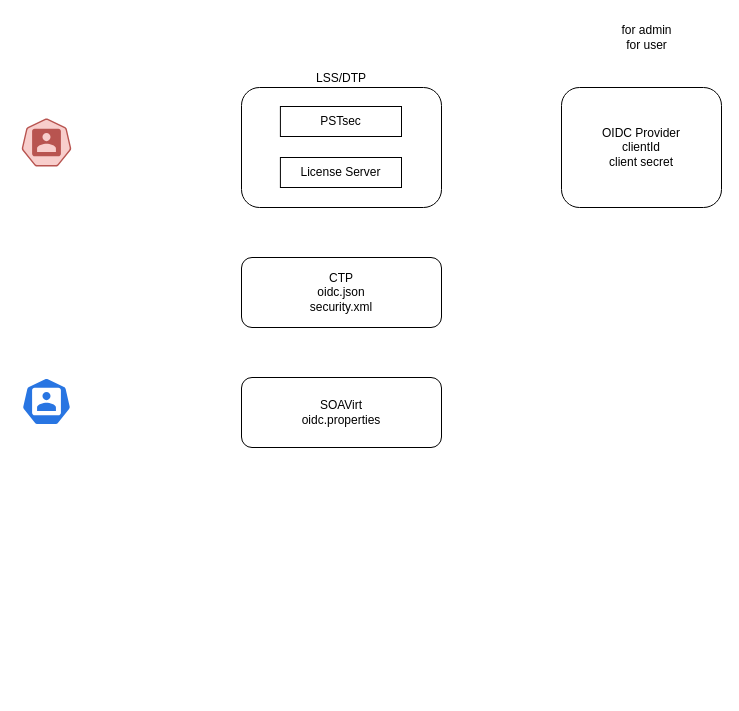
gtrofimov/draw-io-projects keeps this draw.io diagram as oidc.drawio. Above is the earlier version. Source tidied: cells renumbered, new cells numbered last; positions are measured from the earlier drawing's top-left corner, leaving out a move shared by most shapes. Both pictures are drawn from the tidied source at 100%, with x=0, y=0 at pixel (21, 17).
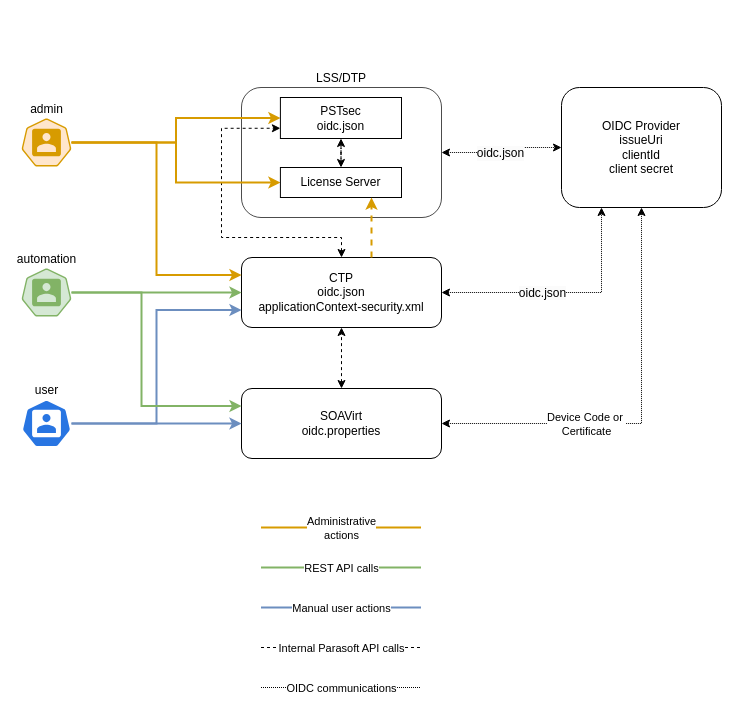
The same diagram, later.

Diff of the diagram source:
```diff
@@
+    <mxCell id="8" value="LSS/DTP" style="rounded=1;whiteSpace=wrap;html=1;labelPosition=center;verticalLabelPosition=top;align=center;verticalAlign=bottom;opacity=70;" parent="1" vertex="1">
+      <mxGeometry x="220" y="70" width="200" height="130" as="geometry" />
+    </mxCell>
+    <mxCell id="11" style="edgeStyle=orthogonalEdgeStyle;rounded=0;jettySize=auto;html=1;entryX=0;entryY=0.75;entryDx=0;entryDy=0;startArrow=classic;startFill=1;dashed=1;" parent="1" edge="1" source="2" target="10">
+      <mxGeometry relative="1" as="geometry">
+        <Array as="points">
+          <mxPoint x="320" y="220" />
+          <mxPoint x="200" y="220" />
+          <mxPoint x="200" y="111" />
+        </Array>
+      </mxGeometry>
+    </mxCell>
+    <mxCell id="12" style="edgeStyle=orthogonalEdgeStyle;rounded=0;jettySize=auto;html=1;entryX=0.25;entryY=1;entryDx=0;entryDy=0;dashed=1;dashPattern=1 1;startArrow=classic;startFill=1;" parent="1" edge="1" source="2" target="4">
+      <mxGeometry relative="1" as="geometry" />
+    </mxCell>
+    <mxCell id="13" value="&lt;span style=&quot;font-size: 12px; text-wrap: wrap; background-color: rgb(251, 251, 251);&quot;&gt;oidc.json&lt;/span&gt;" style="edgeLabel;html=1;align=center;verticalAlign=middle;" parent="12" vertex="1">
+      <mxGeometry x="-0.18" relative="1" as="geometry" />
+    </mxCell>
-    <mxCell id="2" value="CTP&lt;div&gt;&lt;div&gt;oidc.json&lt;/div&gt;&lt;div&gt;security.xml&lt;/div&gt;&lt;/div&gt;" style="rounded=1;whiteSpace=wrap;html=1;" parent="1" vertex="1">
+    <mxCell id="2" value="CTP&lt;div&gt;&lt;div&gt;oidc.json&lt;/div&gt;&lt;div&gt;applicationContext-security.xml&lt;/div&gt;&lt;/div&gt;" style="rounded=1;whiteSpace=wrap;html=1;" parent="1" vertex="1">
       <mxGeometry x="220" y="240" width="200" height="70" as="geometry" />
     </mxCell>
+    <mxCell id="14" style="edgeStyle=orthogonalEdgeStyle;rounded=0;jettySize=auto;html=1;entryX=0.5;entryY=1;entryDx=0;entryDy=0;dashed=1;dashPattern=1 1;startArrow=classic;startFill=1;" parent="1" edge="1" source="3" target="4">
+      <mxGeometry relative="1" as="geometry" />
+    </mxCell>
+    <mxCell id="15" value="Device Code or&amp;nbsp;&lt;div&gt;Certificate&lt;/div&gt;" style="edgeLabel;html=1;align=center;verticalAlign=middle;" parent="14" vertex="1">
+      <mxGeometry x="-0.24" y="-2" relative="1" as="geometry">
+        <mxPoint x="-14" y="-2" as="offset" />
+      </mxGeometry>
+    </mxCell>
+    <mxCell id="16" style="edgeStyle=orthogonalEdgeStyle;rounded=0;jettySize=auto;html=1;entryX=0.5;entryY=1;entryDx=0;entryDy=0;startArrow=classic;startFill=1;dashed=1;" parent="1" edge="1" source="3" target="2">
+      <mxGeometry relative="1" as="geometry" />
+    </mxCell>
     <mxCell id="3" value="SOAVirt&lt;div&gt;oidc.properties&lt;/div&gt;" style="rounded=1;whiteSpace=wrap;html=1;" parent="1" vertex="1">
-      <mxGeometry x="220" y="360" width="200" height="70" as="geometry" />
+      <mxGeometry x="220" y="371" width="200" height="70" as="geometry" />
     </mxCell>
-    <mxCell id="4" value="OIDC Provider&lt;div&gt;clientId&lt;/div&gt;&lt;div&gt;client secret&lt;/div&gt;" style="rounded=1;whiteSpace=wrap;html=1;" parent="1" vertex="1">
+    <mxCell id="4" value="OIDC Provider&lt;div&gt;issueUri&lt;br&gt;&lt;div&gt;clientId&lt;/div&gt;&lt;div&gt;client secret&lt;/div&gt;&lt;/div&gt;" style="rounded=1;whiteSpace=wrap;html=1;" parent="1" vertex="1">
       <mxGeometry x="540" y="70" width="160" height="120" as="geometry" />
     </mxCell>
+    <mxCell id="17" style="edgeStyle=orthogonalEdgeStyle;rounded=0;jettySize=auto;html=1;entryX=0;entryY=0.75;entryDx=0;entryDy=0;fillColor=#dae8fc;strokeColor=#6c8ebf;strokeWidth=2;" parent="1" edge="1" source="5" target="2">
+      <mxGeometry relative="1" as="geometry" />
+    </mxCell>
-    <mxCell id="5" style="sketch=0;html=1;dashed=0;whitespace=wrap;fillColor=#2875E2;strokeColor=#ffffff;points=[[0.005,0.63,0],[0.1,0.2,0],[0.9,0.2,0],[0.5,0,0],[0.995,0.63,0],[0.72,0.99,0],[0.5,1,0],[0.28,0.99,0]];shape=mxgraph.kubernetes.icon2;prIcon=user;" parent="1" vertex="1">
-      <mxGeometry y="360" width="50" height="48" as="geometry" />
+    <mxCell id="5" value="user" style="sketch=0;html=1;dashed=0;whitespace=wrap;fillColor=#2875E2;strokeColor=#ffffff;points=[[0.005,0.63,0],[0.1,0.2,0],[0.9,0.2,0],[0.5,0,0],[0.995,0.63,0],[0.72,0.99,0],[0.5,1,0],[0.28,0.99,0]];shape=mxgraph.kubernetes.icon2;prIcon=user;labelPosition=center;verticalLabelPosition=top;align=center;verticalAlign=bottom;" parent="1" vertex="1">
+      <mxGeometry y="382" width="50" height="48" as="geometry" />
     </mxCell>
-    <mxCell id="6" value="for admin&lt;div&gt;for user&lt;/div&gt;" style="text;html=1;align=center;verticalAlign=middle;strokeColor=none;fillColor=none;" parent="1" vertex="1">
-      <mxGeometry x="590" width="70" height="40" as="geometry" />
-    </mxCell>
+    <mxCell id="18" style="edgeStyle=orthogonalEdgeStyle;rounded=0;jettySize=auto;html=1;entryX=0;entryY=0.5;entryDx=0;entryDy=0;fillColor=#ffe6cc;strokeColor=#d79b00;strokeWidth=2;" parent="1" edge="1" source="7" target="10">
+      <mxGeometry relative="1" as="geometry" />
+    </mxCell>
+    <mxCell id="19" style="edgeStyle=orthogonalEdgeStyle;rounded=0;jettySize=auto;html=1;entryX=0;entryY=0.5;entryDx=0;entryDy=0;fillColor=#ffe6cc;strokeColor=#d79b00;strokeWidth=2;" parent="1" edge="1" source="7" target="9">
+      <mxGeometry relative="1" as="geometry" />
+    </mxCell>
+    <mxCell id="20" style="edgeStyle=orthogonalEdgeStyle;rounded=0;jettySize=auto;html=1;entryX=0;entryY=0.25;entryDx=0;entryDy=0;fillColor=#ffe6cc;strokeColor=#d79b00;strokeWidth=2;" parent="1" edge="1" source="7" target="2">
+      <mxGeometry relative="1" as="geometry" />
+    </mxCell>
-    <mxCell id="7" style="sketch=0;html=1;dashed=0;whitespace=wrap;fillColor=#f8cecc;strokeColor=#b85450;points=[[0.005,0.63,0],[0.1,0.2,0],[0.9,0.2,0],[0.5,0,0],[0.995,0.63,0],[0.72,0.99,0],[0.5,1,0],[0.28,0.99,0]];shape=mxgraph.kubernetes.icon2;prIcon=user;" parent="1" vertex="1">
+    <mxCell id="7" value="admin" style="sketch=0;html=1;dashed=0;whitespace=wrap;fillColor=#ffe6cc;strokeColor=#d79b00;points=[[0.005,0.63,0],[0.1,0.2,0],[0.9,0.2,0],[0.5,0,0],[0.995,0.63,0],[0.72,0.99,0],[0.5,1,0],[0.28,0.99,0]];shape=mxgraph.kubernetes.icon2;prIcon=user;labelPosition=center;verticalLabelPosition=top;align=center;verticalAlign=bottom;" parent="1" vertex="1">
       <mxGeometry y="101" width="50" height="48" as="geometry" />
     </mxCell>
-    <mxCell id="8" value="LSS/DTP" style="rounded=1;whiteSpace=wrap;html=1;labelPosition=center;verticalLabelPosition=top;align=center;verticalAlign=bottom;" parent="1" vertex="1">
-      <mxGeometry x="220" y="70" width="200" height="120" as="geometry" />
-    </mxCell>
+    <mxCell id="21" style="edgeStyle=orthogonalEdgeStyle;rounded=0;jettySize=auto;html=1;fillColor=#fff2cc;strokeColor=#000000;dashed=1;startArrow=classic;startFill=1;" parent="1" edge="1" source="9" target="10">
+      <mxGeometry relative="1" as="geometry" />
+    </mxCell>
+    <mxCell id="22" style="edgeStyle=orthogonalEdgeStyle;rounded=0;jettySize=auto;html=1;entryX=0;entryY=0.5;entryDx=0;entryDy=0;dashed=1;dashPattern=1 1;startArrow=classic;startFill=1;exitX=1;exitY=0.5;exitDx=0;exitDy=0;" parent="1" edge="1" source="8" target="4">
+      <mxGeometry relative="1" as="geometry" />
+    </mxCell>
+    <mxCell id="23" value="&lt;div style=&quot;font-size: 12px; text-wrap: wrap; background-color: rgb(251, 251, 251);&quot;&gt;oidc.json&lt;/div&gt;" style="edgeLabel;html=1;align=center;verticalAlign=middle;" parent="22" vertex="1">
+      <mxGeometry x="-0.04" y="2" relative="1" as="geometry" />
+    </mxCell>
     <mxCell id="9" value="License Server" style="rounded=0;whiteSpace=wrap;html=1;" parent="1" vertex="1">
-      <mxGeometry x="258.9" y="140" width="121.1" height="30" as="geometry" />
+      <mxGeometry x="258.9" y="150" width="121.1" height="30" as="geometry" />
     </mxCell>
-    <mxCell id="10" value="PSTsec" style="rounded=0;whiteSpace=wrap;html=1;" parent="1" vertex="1">
-      <mxGeometry x="258.9" y="89" width="121.1" height="30" as="geometry" />
+    <mxCell id="10" value="PSTsec&lt;div&gt;oidc.json&lt;/div&gt;" style="rounded=0;whiteSpace=wrap;html=1;" parent="1" vertex="1">
+      <mxGeometry x="258.9" y="80" width="121.1" height="41" as="geometry" />
     </mxCell>
+    <mxCell id="24" style="edgeStyle=orthogonalEdgeStyle;rounded=0;jettySize=auto;html=1;entryX=0;entryY=0.5;entryDx=0;entryDy=0;fillColor=#dae8fc;strokeColor=#6c8ebf;strokeWidth=2;" parent="1" edge="1" source="5" target="3">
+      <mxGeometry relative="1" as="geometry" />
+    </mxCell>
+    <mxCell id="25" style="edgeStyle=orthogonalEdgeStyle;rounded=0;orthogonalLoop=1;jettySize=auto;html=1;fillColor=#ffe6cc;strokeColor=#d79b00;strokeWidth=2;dashed=1;" parent="1" edge="1">
+      <mxGeometry relative="1" as="geometry">
+        <mxPoint x="350" y="240" as="sourcePoint" />
+        <mxPoint x="350" y="180" as="targetPoint" />
+        <Array as="points">
+          <mxPoint x="350" y="240" />
+          <mxPoint x="350" y="169" />
+        </Array>
+      </mxGeometry>
+    </mxCell>
+    <mxCell id="26" style="edgeStyle=orthogonalEdgeStyle;rounded=0;jettySize=auto;html=1;entryX=0;entryY=0.5;entryDx=0;entryDy=0;fillColor=#d5e8d4;strokeColor=#82b366;strokeWidth=2;" parent="1" edge="1" source="28" target="2">
+      <mxGeometry relative="1" as="geometry" />
+    </mxCell>
+    <mxCell id="27" style="edgeStyle=orthogonalEdgeStyle;rounded=0;jettySize=auto;html=1;entryX=0;entryY=0.25;entryDx=0;entryDy=0;fillColor=#d5e8d4;strokeColor=#82b366;strokeWidth=2;" parent="1" edge="1" source="28" target="3">
+      <mxGeometry relative="1" as="geometry">
+        <Array as="points">
+          <mxPoint x="120" y="275" />
+          <mxPoint x="120" y="389" />
+        </Array>
+      </mxGeometry>
+    </mxCell>
+    <mxCell id="28" value="automation" style="sketch=0;html=1;dashed=0;whitespace=wrap;fillColor=#d5e8d4;strokeColor=#82b366;points=[[0.005,0.63,0],[0.1,0.2,0],[0.9,0.2,0],[0.5,0,0],[0.995,0.63,0],[0.72,0.99,0],[0.5,1,0],[0.28,0.99,0]];shape=mxgraph.kubernetes.icon2;prIcon=user;labelPosition=center;verticalLabelPosition=top;align=center;verticalAlign=bottom;" parent="1" vertex="1">
+      <mxGeometry y="251" width="50" height="48" as="geometry" />
+    </mxCell>
+    <mxCell id="29" style="endArrow=none;html=1;rounded=0;strokeWidth=2;fillColor=#ffe6cc;strokeColor=#d79b00;" parent="1" edge="1">
+      <mxGeometry relative="1" as="geometry">
+        <mxPoint x="239.5" y="510" as="sourcePoint" />
+        <mxPoint x="399.5" y="510" as="targetPoint" />
+      </mxGeometry>
+    </mxCell>
+    <mxCell id="30" value="Administrative&lt;div&gt;actions&lt;/div&gt;" style="edgeLabel;html=1;align=center;verticalAlign=middle;" parent="29" vertex="1">
+      <mxGeometry y="-2" relative="1" as="geometry">
+        <mxPoint y="-2" as="offset" />
+      </mxGeometry>
+    </mxCell>
+    <mxCell id="31" style="endArrow=none;html=1;rounded=0;strokeWidth=2;fillColor=#d5e8d4;strokeColor=#82b366;" parent="1" edge="1">
+      <mxGeometry relative="1" as="geometry">
+        <mxPoint x="239.5" y="550" as="sourcePoint" />
+        <mxPoint x="399.5" y="550" as="targetPoint" />
+      </mxGeometry>
+    </mxCell>
+    <mxCell id="32" value="REST API calls" style="edgeLabel;html=1;align=center;verticalAlign=middle;" parent="31" vertex="1">
+      <mxGeometry y="-2" relative="1" as="geometry">
+        <mxPoint y="-2" as="offset" />
+      </mxGeometry>
+    </mxCell>
+    <mxCell id="33" style="endArrow=none;html=1;rounded=0;strokeWidth=2;fillColor=#dae8fc;strokeColor=#6c8ebf;" parent="1" edge="1">
+      <mxGeometry relative="1" as="geometry">
+        <mxPoint x="239.5" y="590" as="sourcePoint" />
+        <mxPoint x="399.5" y="590" as="targetPoint" />
+      </mxGeometry>
+    </mxCell>
+    <mxCell id="34" value="Manual user actions" style="edgeLabel;html=1;align=center;verticalAlign=middle;" parent="33" vertex="1">
+      <mxGeometry y="-2" relative="1" as="geometry">
+        <mxPoint y="-2" as="offset" />
+      </mxGeometry>
+    </mxCell>
+    <mxCell id="35" style="endArrow=none;html=1;rounded=0;dashed=1;" parent="1" edge="1">
+      <mxGeometry relative="1" as="geometry">
+        <mxPoint x="239.5" y="630" as="sourcePoint" />
+        <mxPoint x="399.5" y="630" as="targetPoint" />
+      </mxGeometry>
+    </mxCell>
+    <mxCell id="36" value="Internal Parasoft API calls" style="edgeLabel;html=1;align=center;verticalAlign=middle;" parent="35" vertex="1">
+      <mxGeometry y="-2" relative="1" as="geometry">
+        <mxPoint y="-2" as="offset" />
+      </mxGeometry>
+    </mxCell>
+    <mxCell id="37" style="endArrow=none;html=1;rounded=0;dashed=1;dashPattern=1 1;" parent="1" edge="1">
+      <mxGeometry relative="1" as="geometry">
+        <mxPoint x="239.5" y="670" as="sourcePoint" />
+        <mxPoint x="399.5" y="670" as="targetPoint" />
+      </mxGeometry>
+    </mxCell>
+    <mxCell id="38" value="OIDC communications" style="edgeLabel;html=1;align=center;verticalAlign=middle;" parent="37" vertex="1">
+      <mxGeometry y="-2" relative="1" as="geometry">
+        <mxPoint y="-2" as="offset" />
+      </mxGeometry>
+    </mxCell>
```
